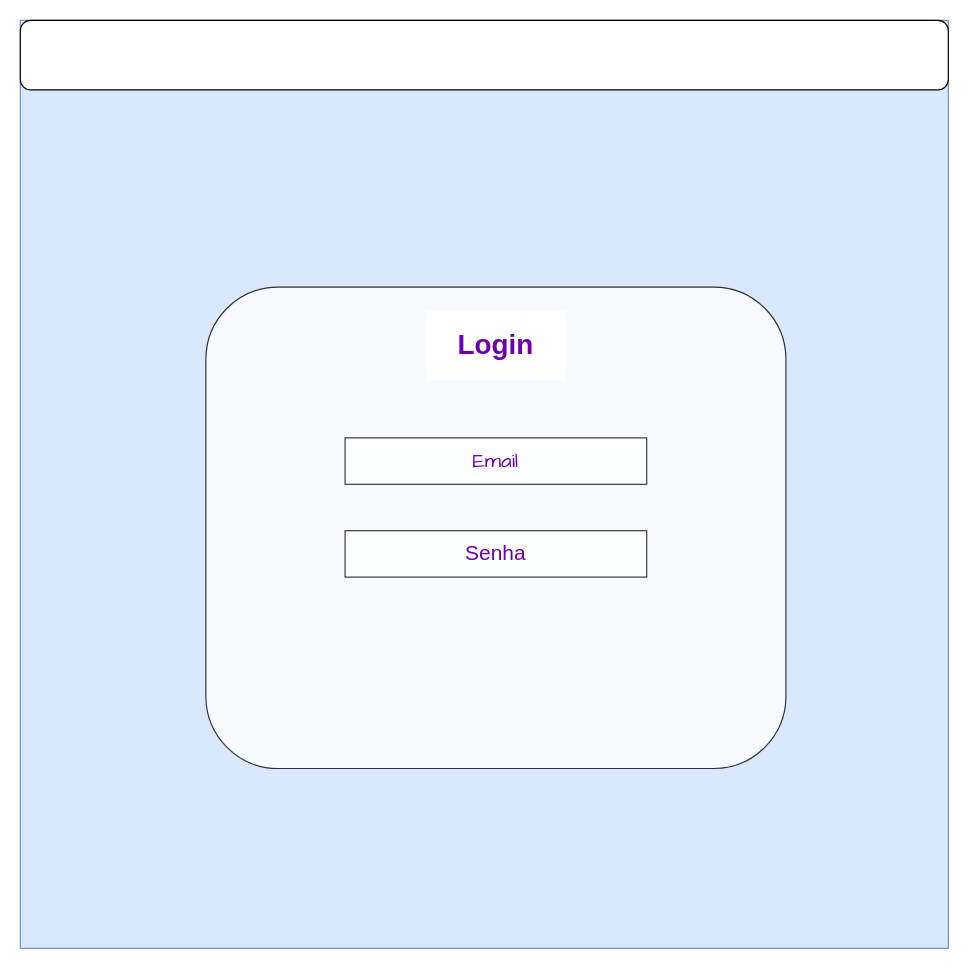
Earlier version of the draw.io diagram page "login_page" (1 of 2) of projeto ferias.drawio (richlpn/sistema-gerenciador-insumos). Source tidied: cells renumbered, new cells numbered last; positions are measured from the earlier drawing's top-left corner, leaving out a move shared by most shapes. Both pictures are drawn from the tidied source at 116%, with x=0, y=0 at pixel (20, 20).
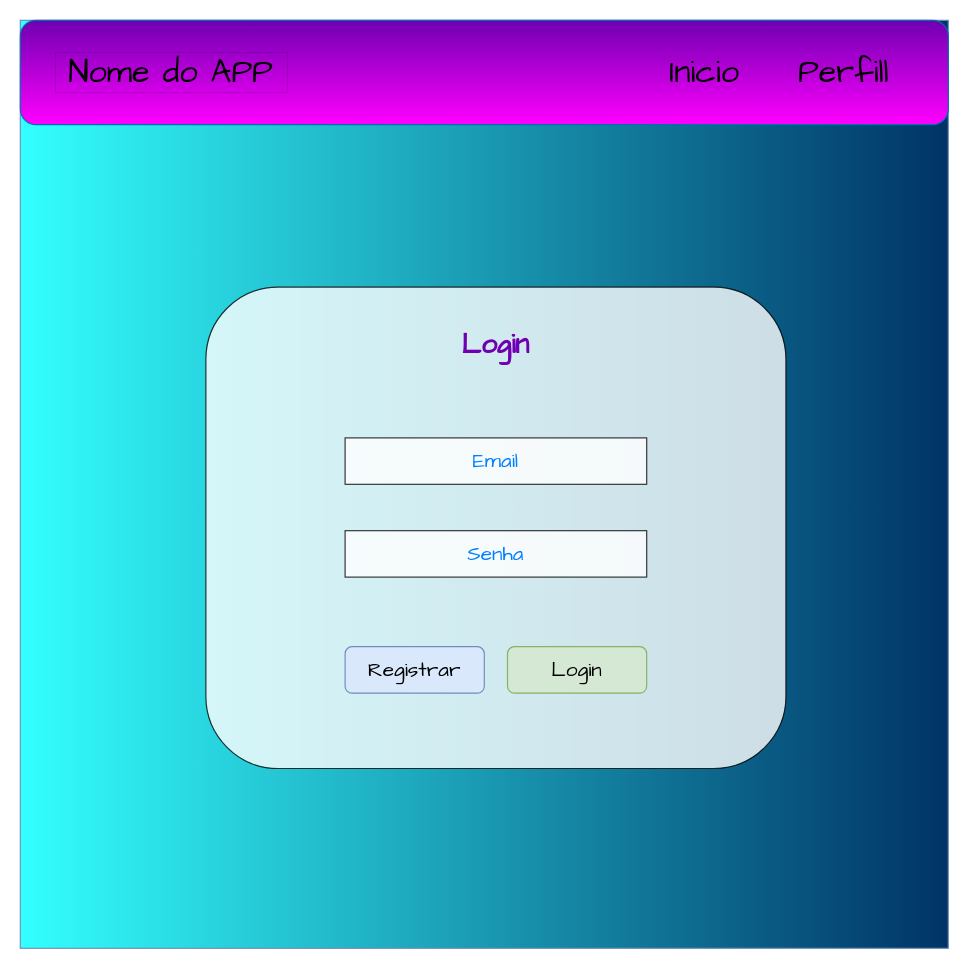
The same page after the edit.

Commit message (it also covers changes not shown here):
Finalizado pagina_login

What changed in the source:
```diff
@@
 <mxGraphModel>
   <root>
     <mxCell id="0" />
     <mxCell id="1" parent="0" />
-    <mxCell id="2" style="whiteSpace=wrap;html=1;fillColor=#dae8fc;strokeColor=#6c8ebf;rounded=0;glass=0;" parent="1" vertex="1">
+    <mxCell id="2" style="whiteSpace=wrap;html=1;fillColor=#003366;strokeColor=#6c8ebf;rounded=0;glass=0;gradientColor=#33FFFF;gradientDirection=west;" parent="1" vertex="1">
       <mxGeometry width="800" height="800" as="geometry" />
     </mxCell>
-    <mxCell id="3" style="rounded=1;whiteSpace=wrap;html=1;glass=0;" parent="1" vertex="1">
-      <mxGeometry width="800" height="60" as="geometry" />
+    <mxCell id="3" style="rounded=1;whiteSpace=wrap;html=1;glass=0;fillColor=#6F00B0;strokeColor=#006EAF;fontColor=#ffffff;gradientColor=#FF00FF;gradientDirection=south;" parent="1" vertex="1">
+      <mxGeometry width="800" height="90" as="geometry" />
     </mxCell>
     <mxCell id="4" style="rounded=1;whiteSpace=wrap;html=1;glass=0;opacity=80;" parent="1" vertex="1">
       <mxGeometry x="160" y="230" width="500" height="415" as="geometry" />
     </mxCell>
-    <mxCell id="5" value="&lt;h1&gt;&lt;font color=&quot;#6F00B0&quot;&gt;&lt;b&gt;Login&lt;/b&gt;&lt;/font&gt;&lt;/h1&gt;" style="rounded=0;whiteSpace=wrap;html=1;glass=0;strokeColor=none;" parent="1" vertex="1">
+    <mxCell id="5" value="&lt;h1&gt;&lt;font color=&quot;#6F00B0&quot;&gt;&lt;b&gt;Login&lt;/b&gt;&lt;/font&gt;&lt;/h1&gt;" style="rounded=0;whiteSpace=wrap;html=1;glass=0;strokeColor=none;labelBackgroundColor=none;labelBorderColor=none;fontFamily=Comic Sans MS;fillColor=none;" parent="1" vertex="1">
       <mxGeometry x="350" y="250" width="120" height="60" as="geometry" />
     </mxCell>
-    <mxCell id="6" value="&lt;font style=&quot;font-size: 18px;&quot; face=&quot;Comic Sans MS&quot;&gt;Email&lt;/font&gt;" style="rounded=0;whiteSpace=wrap;html=1;glass=0;fontColor=#6F00B0;opacity=80;" parent="1" vertex="1">
+    <mxCell id="6" value="&lt;font style=&quot;font-size: 18px;&quot;&gt;Email&lt;/font&gt;" style="rounded=0;whiteSpace=wrap;html=1;glass=0;fontColor=#007FFF;opacity=80;fontSize=18;fontFamily=Comic Sans MS;" parent="1" vertex="1">
       <mxGeometry x="280" y="360" width="260" height="40" as="geometry" />
     </mxCell>
-    <mxCell id="7" value="Senha" style="rounded=0;whiteSpace=wrap;html=1;glass=0;fontColor=#6F00B0;opacity=80;fontSize=18;" parent="1" vertex="1">
+    <mxCell id="7" value="Senha" style="rounded=0;whiteSpace=wrap;html=1;glass=0;fontColor=#007FFF;opacity=80;fontSize=18;fontFamily=Comic Sans MS;" parent="1" vertex="1">
       <mxGeometry x="280" y="440" width="260" height="40" as="geometry" />
     </mxCell>
+    <mxCell id="8" value="Login" style="rounded=1;whiteSpace=wrap;html=1;fontFamily=Comic Sans MS;fontSize=18;fillColor=#d5e8d4;strokeColor=#82b366;" parent="1" vertex="1">
+      <mxGeometry x="420" y="540" width="120" height="40" as="geometry" />
+    </mxCell>
+    <mxCell id="9" value="Registrar" style="rounded=1;whiteSpace=wrap;html=1;fontFamily=Comic Sans MS;fontSize=18;fillColor=#dae8fc;strokeColor=#6c8ebf;" parent="1" vertex="1">
+      <mxGeometry x="280" y="540" width="120" height="40" as="geometry" />
+    </mxCell>
+    <mxCell id="10" value="Nome do APP" style="rounded=0;html=1;labelBackgroundColor=none;labelBorderColor=none;fontFamily=Comic Sans MS;fontSize=28;fillColor=none;fontColor=default;shadow=0;sketch=0;glass=0;whiteSpace=wrap;strokeWidth=0;" parent="1" vertex="1">
+      <mxGeometry x="30" y="27.5" width="200" height="35" as="geometry" />
+    </mxCell>
+    <mxCell id="11" value="Inicio" style="text;html=1;strokeColor=none;fillColor=none;align=center;verticalAlign=middle;whiteSpace=wrap;rounded=0;shadow=0;glass=0;labelBackgroundColor=none;labelBorderColor=none;sketch=0;fontFamily=Comic Sans MS;fontSize=28;fontColor=default;" parent="1" vertex="1">
+      <mxGeometry x="560" y="30" width="60" height="30" as="geometry" />
+    </mxCell>
+    <mxCell id="12" value="Perfill" style="text;html=1;strokeColor=none;fillColor=none;align=center;verticalAlign=middle;whiteSpace=wrap;rounded=0;shadow=0;glass=0;labelBackgroundColor=none;labelBorderColor=none;sketch=0;fontFamily=Comic Sans MS;fontSize=28;fontColor=default;" parent="1" vertex="1">
+      <mxGeometry x="680" y="11.2" width="60" height="67.5" as="geometry" />
+    </mxCell>
   </root>
 </mxGraphModel>
```
